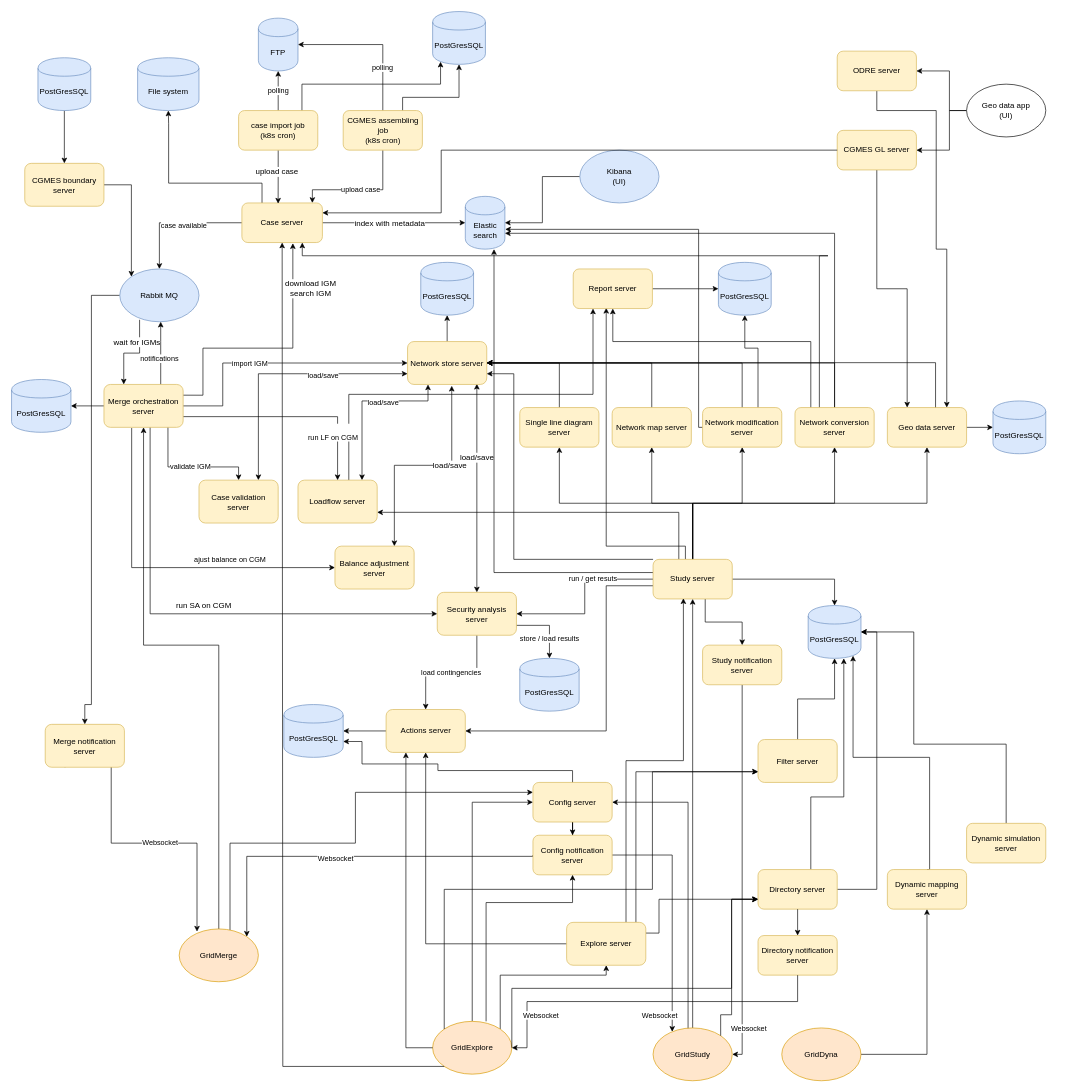
This is diagrams/gridsuite_architecture.drawio from gridsuite/documentation, a draw.io file, before an edit. Source tidied: cells renumbered, new cells numbered last; positions are measured from the earlier drawing's top-left corner, leaving out a move shared by most shapes. Both pictures are drawn from the tidied source at 66%, with x=0, y=0 at pixel (11, 11).
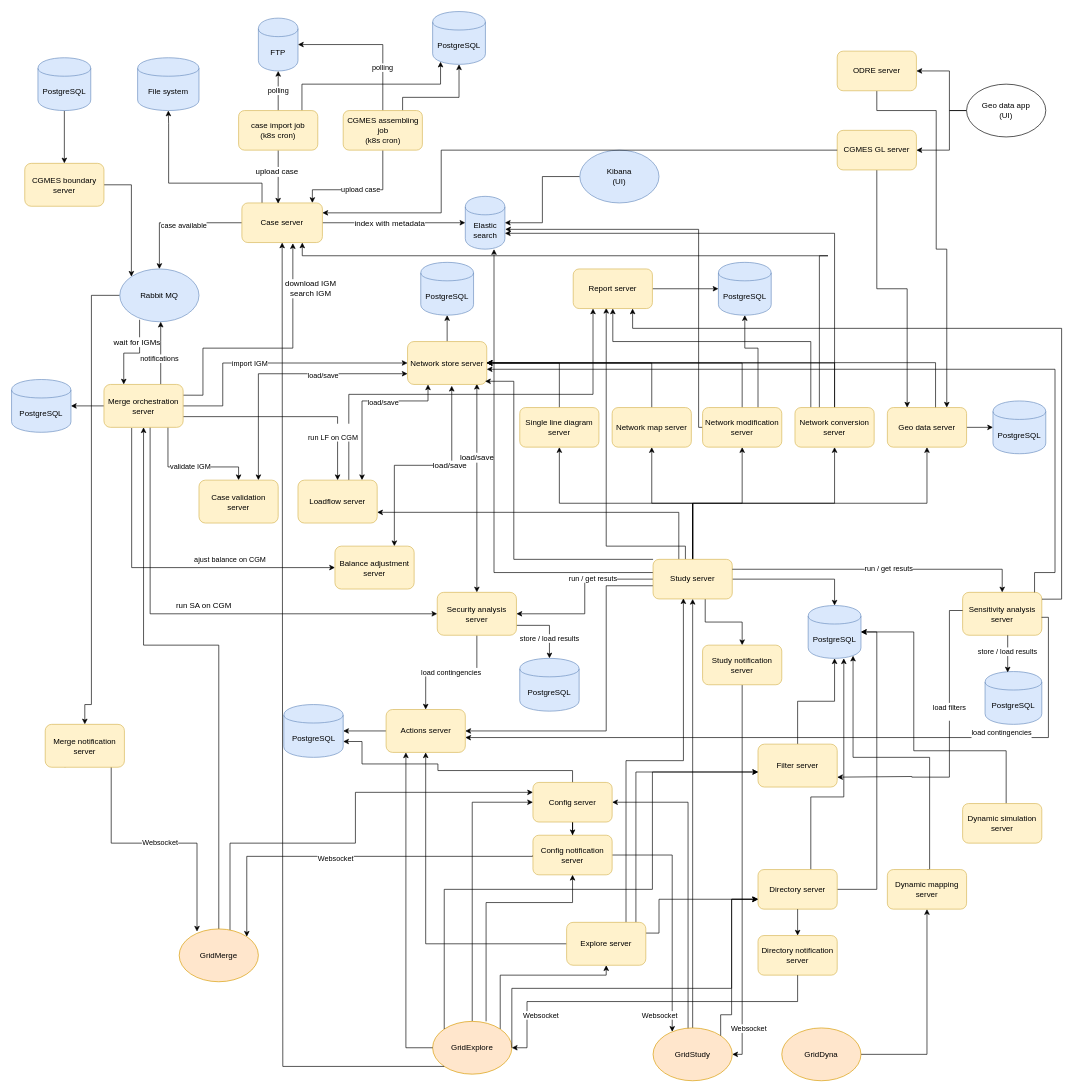
The same diagram, later.

Commit message (it also covers changes not shown here):
Add documentation for sensitivity analysis server (#10)

Add documentation for sensitivity analysis server in README
Modification of document in drawio format
Generation of new svg document
Typo modification everywhere after review : PostGresSQL ---> PostgreSQL

The change refers to these unchanged cells:
```xml
<mxCell id="34" value="Network store server" style="rounded=1;whiteSpace=wrap;html=1;fillColor=#fff2cc;strokeColor=#d6b656;" parent="1" vertex="1">
  <mxGeometry x="600" y="500" width="120" height="65" as="geometry" />
</mxCell>
<mxCell id="50" value="Actions server" style="rounded=1;whiteSpace=wrap;html=1;fillColor=#fff2cc;strokeColor=#d6b656;" parent="1" vertex="1">
  <mxGeometry x="567.5" y="1057.5" width="120" height="65" as="geometry" />
</mxCell>
<mxCell id="76" value="Study server" style="rounded=1;whiteSpace=wrap;html=1;fillColor=#fff2cc;strokeColor=#d6b656;" parent="1" vertex="1">
  <mxGeometry x="972" y="830" width="120" height="60" as="geometry" />
</mxCell>
<mxCell id="119" value="GridExplore" style="ellipse;whiteSpace=wrap;html=1;fillColor=#ffe6cc;strokeColor=#d79b00;" parent="1" vertex="1">
  <mxGeometry x="638" y="1530" width="120" height="80" as="geometry" />
</mxCell>
<mxCell id="144" value="&lt;div&gt;Explore server&lt;/div&gt;" style="rounded=1;whiteSpace=wrap;html=1;fillColor=#fff2cc;strokeColor=#d6b656;" parent="1" vertex="1">
  <mxGeometry x="841" y="1380" width="120" height="65" as="geometry" />
</mxCell>
<mxCell id="148" value="Report server" style="rounded=1;whiteSpace=wrap;html=1;fillColor=#fff2cc;strokeColor=#d6b656;" parent="1" vertex="1">
  <mxGeometry x="851" y="390" width="120" height="60" as="geometry" />
</mxCell>
```

What changed in the source:
```diff
@@
-    <mxCell id="48" value="PostGresSQL" style="shape=cylinder;whiteSpace=wrap;html=1;boundedLbl=1;backgroundOutline=1;fillColor=#dae8fc;strokeColor=#6c8ebf;" parent="1" vertex="1">
+    <mxCell id="48" value="PostgreSQL" style="shape=cylinder;whiteSpace=wrap;html=1;boundedLbl=1;backgroundOutline=1;fillColor=#dae8fc;strokeColor=#6c8ebf;" parent="1" vertex="1">
       <mxGeometry y="557.5" width="90" height="80" as="geometry" />
     </mxCell>
@@
-    <mxCell id="51" value="PostGresSQL" style="shape=cylinder;whiteSpace=wrap;html=1;boundedLbl=1;backgroundOutline=1;fillColor=#dae8fc;strokeColor=#6c8ebf;" parent="1" vertex="1">
+    <mxCell id="51" value="PostgreSQL" style="shape=cylinder;whiteSpace=wrap;html=1;boundedLbl=1;backgroundOutline=1;fillColor=#dae8fc;strokeColor=#6c8ebf;" parent="1" vertex="1">
       <mxGeometry x="412.5" y="1050" width="90" height="80" as="geometry" />
     </mxCell>
@@
-    <mxCell id="73" style="edgeStyle=orthogonalEdgeStyle;rounded=0;jettySize=auto;html=1;entryX=1;entryY=0.75;entryDx=0;entryDy=0;exitX=0;exitY=0;exitDx=0;exitDy=0;" parent="1" edge="1" source="76" target="34">
+    <mxCell id="73" style="edgeStyle=orthogonalEdgeStyle;rounded=0;jettySize=auto;html=1;exitX=0;exitY=0;exitDx=0;exitDy=0;entryX=0.979;entryY=0.926;entryDx=0;entryDy=0;entryPerimeter=0;" parent="1" edge="1" source="76" target="34">
       <mxGeometry relative="1" as="geometry">
         <Array as="points">
           <mxPoint x="761" y="830" />
-          <mxPoint x="761" y="549" />
+          <mxPoint x="761" y="560" />
         </Array>
       </mxGeometry>
     </mxCell>
@@
-    <mxCell id="93" value="PostGresSQL" style="shape=cylinder;whiteSpace=wrap;html=1;boundedLbl=1;backgroundOutline=1;fillColor=#dae8fc;strokeColor=#6c8ebf;" parent="1" vertex="1">
+    <mxCell id="93" value="PostgreSQL" style="shape=cylinder;whiteSpace=wrap;html=1;boundedLbl=1;backgroundOutline=1;fillColor=#dae8fc;strokeColor=#6c8ebf;" parent="1" vertex="1">
       <mxGeometry x="1487" y="590" width="80" height="80" as="geometry" />
     </mxCell>
@@
-    <mxCell id="110" value="PostGresSQL" style="shape=cylinder;whiteSpace=wrap;html=1;boundedLbl=1;backgroundOutline=1;fillColor=#dae8fc;strokeColor=#6c8ebf;" parent="1" vertex="1">
+    <mxCell id="110" value="PostgreSQL" style="shape=cylinder;whiteSpace=wrap;html=1;boundedLbl=1;backgroundOutline=1;fillColor=#dae8fc;strokeColor=#6c8ebf;" parent="1" vertex="1">
       <mxGeometry x="770" y="980" width="90" height="80" as="geometry" />
     </mxCell>
@@
-    <mxCell id="120" value="PostGresSQL" style="shape=cylinder;whiteSpace=wrap;html=1;boundedLbl=1;backgroundOutline=1;fillColor=#dae8fc;strokeColor=#6c8ebf;" parent="1" vertex="1">
+    <mxCell id="120" value="PostgreSQL" style="shape=cylinder;whiteSpace=wrap;html=1;boundedLbl=1;backgroundOutline=1;fillColor=#dae8fc;strokeColor=#6c8ebf;" parent="1" vertex="1">
       <mxGeometry x="1207" y="900" width="80" height="80" as="geometry" />
     </mxCell>
@@
     <mxCell id="122" value="Filter server" style="rounded=1;whiteSpace=wrap;html=1;fillColor=#fff2cc;strokeColor=#d6b656;" parent="1" vertex="1">
-      <mxGeometry x="1131" y="1103" width="120" height="65" as="geometry" />
+      <mxGeometry x="1131" y="1110" width="120" height="65" as="geometry" />
     </mxCell>
-    <mxCell id="123" value="PostGresSQL" style="shape=cylinder;whiteSpace=wrap;html=1;boundedLbl=1;backgroundOutline=1;fillColor=#dae8fc;strokeColor=#6c8ebf;" parent="1" vertex="1">
+    <mxCell id="123" value="PostgreSQL" style="shape=cylinder;whiteSpace=wrap;html=1;boundedLbl=1;backgroundOutline=1;fillColor=#dae8fc;strokeColor=#6c8ebf;" parent="1" vertex="1">
       <mxGeometry x="1071" y="380" width="80" height="80" as="geometry" />
     </mxCell>
@@
-    <mxCell id="127" value="PostGresSQL" style="shape=cylinder;whiteSpace=wrap;html=1;boundedLbl=1;backgroundOutline=1;fillColor=#dae8fc;strokeColor=#6c8ebf;" parent="1" vertex="1">
+    <mxCell id="127" value="PostgreSQL" style="shape=cylinder;whiteSpace=wrap;html=1;boundedLbl=1;backgroundOutline=1;fillColor=#dae8fc;strokeColor=#6c8ebf;" parent="1" vertex="1">
       <mxGeometry x="40" y="70" width="80" height="80" as="geometry" />
     </mxCell>
@@
-    <mxCell id="143" style="edgeStyle=orthogonalEdgeStyle;rounded=0;jettySize=auto;html=1;exitX=0.875;exitY=0;exitDx=0;exitDy=0;exitPerimeter=0;entryX=0;entryY=0.75;entryDx=0;entryDy=0;" parent="1" edge="1" source="144" target="122">
+    <mxCell id="143" style="edgeStyle=orthogonalEdgeStyle;rounded=0;jettySize=auto;html=1;exitX=0.875;exitY=0;exitDx=0;exitDy=0;exitPerimeter=0;entryX=0.002;entryY=0.649;entryDx=0;entryDy=0;entryPerimeter=0;" parent="1" edge="1" source="144" target="122">
       <mxGeometry relative="1" as="geometry">
         <Array as="points">
           <mxPoint x="946" y="1152" />
+          <mxPoint x="1131" y="1152" />
         </Array>
       </mxGeometry>
     </mxCell>
@@
     <mxCell id="145" style="edgeStyle=orthogonalEdgeStyle;rounded=0;jettySize=auto;html=1;entryX=1;entryY=0.5;entryDx=0;entryDy=0;" parent="1" edge="1" source="146" target="120">
       <mxGeometry relative="1" as="geometry">
         <Array as="points">
-          <mxPoint x="1507" y="1110" />
-          <mxPoint x="1367" y="1110" />
+          <mxPoint x="1507" y="1120" />
+          <mxPoint x="1367" y="1120" />
           <mxPoint x="1367" y="940" />
         </Array>
       </mxGeometry>
     </mxCell>
     <mxCell id="146" value="Dynamic simulation server" style="rounded=1;whiteSpace=wrap;html=1;fillColor=#fff2cc;strokeColor=#d6b656;" parent="1" vertex="1">
-      <mxGeometry x="1447" y="1230" width="120" height="60" as="geometry" />
+      <mxGeometry x="1441" y="1200" width="120" height="60" as="geometry" />
     </mxCell>
@@
-    <mxCell id="150" value="PostGresSQL" style="shape=cylinder;whiteSpace=wrap;html=1;boundedLbl=1;backgroundOutline=1;fillColor=#dae8fc;strokeColor=#6c8ebf;" parent="1" vertex="1">
+    <mxCell id="150" value="PostgreSQL" style="shape=cylinder;whiteSpace=wrap;html=1;boundedLbl=1;backgroundOutline=1;fillColor=#dae8fc;strokeColor=#6c8ebf;" parent="1" vertex="1">
       <mxGeometry x="638" width="80" height="80" as="geometry" />
     </mxCell>
-    <mxCell id="151" value="PostGresSQL" style="shape=cylinder;whiteSpace=wrap;html=1;boundedLbl=1;backgroundOutline=1;fillColor=#dae8fc;strokeColor=#6c8ebf;" parent="1" vertex="1">
+    <mxCell id="151" value="PostgreSQL" style="shape=cylinder;whiteSpace=wrap;html=1;boundedLbl=1;backgroundOutline=1;fillColor=#dae8fc;strokeColor=#6c8ebf;" parent="1" vertex="1">
       <mxGeometry x="620" y="380" width="80" height="80" as="geometry" />
     </mxCell>
@@
-    <mxCell id="160" style="edgeStyle=orthogonalEdgeStyle;rounded=0;jettySize=auto;html=1;entryX=0;entryY=0.75;entryDx=0;entryDy=0;exitX=0;exitY=0;exitDx=0;exitDy=0;" parent="1" edge="1" source="119" target="122">
+    <mxCell id="160" style="edgeStyle=orthogonalEdgeStyle;rounded=0;jettySize=auto;html=1;exitX=0;exitY=0;exitDx=0;exitDy=0;entryX=0.001;entryY=0.649;entryDx=0;entryDy=0;entryPerimeter=0;" parent="1" edge="1" source="119" target="122">
       <mxGeometry relative="1" as="geometry">
         <Array as="points">
           <mxPoint x="656" y="1330" />
           <mxPoint x="971" y="1330" />
           <mxPoint x="971" y="1152" />
         </Array>
       </mxGeometry>
     </mxCell>
@@
+    <mxCell id="162" value="Sensitivity analysis server" style="rounded=1;whiteSpace=wrap;html=1;fillColor=#fff2cc;strokeColor=#d6b656;" parent="1" vertex="1">
+      <mxGeometry x="1441" y="880" width="120" height="65" as="geometry" />
+    </mxCell>
+    <mxCell id="163" style="edgeStyle=orthogonalEdgeStyle;rounded=0;jettySize=auto;html=1;entryX=0.5;entryY=0;entryDx=0;entryDy=0;exitX=1;exitY=0.25;exitDx=0;exitDy=0;" parent="1" edge="1" source="76" target="162">
+      <mxGeometry relative="1" as="geometry" />
+    </mxCell>
+    <mxCell id="164" value="run / get resuts" style="edgeLabel;html=1;align=center;verticalAlign=middle;" parent="163" vertex="1">
+      <mxGeometry x="-0.29" y="-2" relative="1" as="geometry">
+        <mxPoint x="78" y="-4" as="offset" />
+      </mxGeometry>
+    </mxCell>
+    <mxCell id="165" value="PostgreSQL" style="shape=cylinder;whiteSpace=wrap;html=1;boundedLbl=1;backgroundOutline=1;fillColor=#dae8fc;strokeColor=#6c8ebf;" parent="1" vertex="1">
+      <mxGeometry x="1475" y="1000" width="86" height="80" as="geometry" />
+    </mxCell>
+    <mxCell id="166" value="store / load results" style="edgeStyle=orthogonalEdgeStyle;rounded=0;jettySize=auto;html=1;entryX=0.399;entryY=0.017;entryDx=0;entryDy=0;entryPerimeter=0;" parent="1" edge="1" target="165">
+      <mxGeometry x="-0.11" relative="1" as="geometry">
+        <mxPoint x="1509" y="945" as="sourcePoint" />
+        <Array as="points">
+          <mxPoint x="1509" y="1001" />
+        </Array>
+      </mxGeometry>
+    </mxCell>
+    <mxCell id="167" style="edgeStyle=orthogonalEdgeStyle;rounded=0;jettySize=auto;html=1;" parent="1" edge="1" source="162" target="34">
+      <mxGeometry relative="1" as="geometry">
+        <Array as="points">
+          <mxPoint x="1550" y="850" />
+          <mxPoint x="1581" y="850" />
+          <mxPoint x="1581" y="542" />
+        </Array>
+      </mxGeometry>
+    </mxCell>
+    <mxCell id="168" value="&lt;div&gt;load filters&lt;/div&gt;&lt;div&gt;&lt;br&gt;&lt;/div&gt;" style="edgeStyle=orthogonalEdgeStyle;rounded=0;orthogonalLoop=1;jettySize=auto;html=1;" parent="1" edge="1">
+      <mxGeometry x="-0.22" relative="1" as="geometry">
+        <mxPoint x="1441" y="907.5" as="sourcePoint" />
+        <mxPoint x="1251" y="1160" as="targetPoint" />
+        <Array as="points">
+          <mxPoint x="1421" y="908" />
+          <mxPoint x="1421" y="1160" />
+          <mxPoint x="1364" y="1160" />
+          <mxPoint x="1251" y="1159" />
+        </Array>
+      </mxGeometry>
+    </mxCell>
+    <mxCell id="169" value="&lt;div&gt;load contingencies&lt;/div&gt;&lt;div&gt;&lt;br&gt;&lt;/div&gt;" style="edgeStyle=orthogonalEdgeStyle;rounded=0;jettySize=auto;html=1;exitX=0.997;exitY=0.582;exitDx=0;exitDy=0;exitPerimeter=0;entryX=1;entryY=0.651;entryDx=0;entryDy=0;entryPerimeter=0;" parent="1" edge="1" source="162" target="50">
+      <mxGeometry x="-0.51" relative="1" as="geometry">
+        <Array as="points">
+          <mxPoint x="1571" y="918" />
+          <mxPoint x="1571" y="1100" />
+          <mxPoint x="691" y="1100" />
+        </Array>
+      </mxGeometry>
+    </mxCell>
+    <mxCell id="170" style="edgeStyle=orthogonalEdgeStyle;rounded=0;jettySize=auto;html=1;entryX=0.75;entryY=1;entryDx=0;entryDy=0;exitX=1.002;exitY=0.159;exitDx=0;exitDy=0;exitPerimeter=0;" parent="1" edge="1" source="162" target="148">
+      <mxGeometry relative="1" as="geometry">
+        <Array as="points">
+          <mxPoint x="1591" y="890" />
+          <mxPoint x="1591" y="480" />
+          <mxPoint x="941" y="480" />
+        </Array>
+      </mxGeometry>
+    </mxCell>
```
